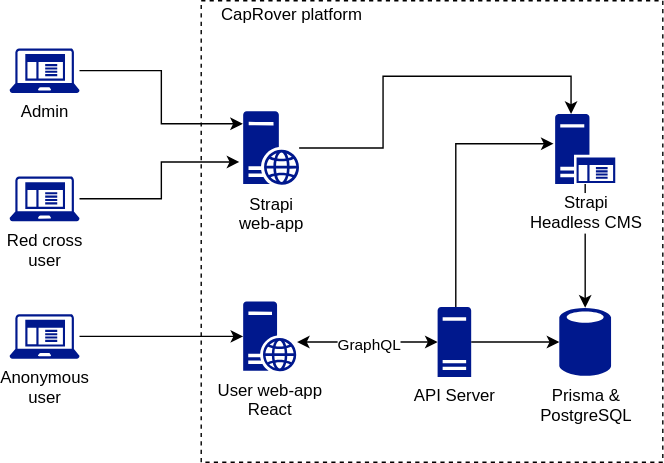
Before: docs/rc-ua-architecture.drawio.svg, a diagram exported from draw.io (mrPronin/rc-ua). Source tidied: cells renumbered, new cells last; positions are measured from the earlier drawing's top-left corner, leaving out a move shared by most shapes.
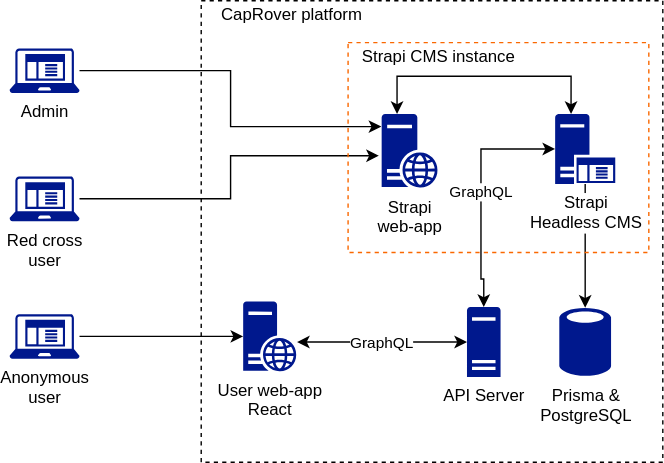
Above is the later version.

Commit message:
docs: update architecture diagramm

What changed in the source:
```diff
@@ -11,7 +11,7 @@
     <mxCell id="4" value="Anonymous&lt;br&gt;user" style="sketch=0;shadow=0;dashed=0;html=1;strokeColor=none;labelPosition=center;verticalLabelPosition=bottom;verticalAlign=top;align=center;fillColor=#00188D;shape=mxgraph.mscae.enterprise.client_application;" parent="1" vertex="1">
       <mxGeometry y="224" width="50" height="32" as="geometry" />
     </mxCell>
-    <mxCell id="5" style="edgeStyle=orthogonalEdgeStyle;rounded=0;jettySize=auto;html=1;entryX=-0.069;entryY=0.689;entryDx=0;entryDy=0;entryPerimeter=0;" parent="1" edge="1" source="6" target="19">
+    <mxCell id="5" style="edgeStyle=orthogonalEdgeStyle;rounded=0;jettySize=auto;html=1;entryX=-0.05;entryY=0.567;entryDx=0;entryDy=0;entryPerimeter=0;" parent="1" edge="1" source="6" target="19">
       <mxGeometry relative="1" as="geometry" />
     </mxCell>
     <mxCell id="6" value="Red cross&lt;br&gt;user" style="sketch=0;shadow=0;dashed=0;html=1;strokeColor=none;labelPosition=center;verticalLabelPosition=bottom;verticalAlign=top;align=center;fillColor=#00188D;shape=mxgraph.mscae.enterprise.client_application;" parent="1" vertex="1">
@@ -26,27 +26,12 @@
     <mxCell id="9" value="Prisma &amp;amp;&lt;br&gt;PostgreSQL" style="sketch=0;shadow=0;dashed=0;html=1;strokeColor=none;labelPosition=center;verticalLabelPosition=bottom;verticalAlign=top;align=center;fillColor=#00188D;shape=mxgraph.mscae.enterprise.database_generic;" parent="1" vertex="1">
       <mxGeometry x="393" y="219" width="37" height="50" as="geometry" />
     </mxCell>
-    <mxCell id="10" style="edgeStyle=orthogonalEdgeStyle;rounded=0;jettySize=auto;html=1;exitX=0.5;exitY=0;exitDx=0;exitDy=0;exitPerimeter=0;entryX=-0.026;entryY=0.425;entryDx=0;entryDy=0;entryPerimeter=0;" parent="1" edge="1" target="16">
-      <mxGeometry relative="1" as="geometry">
-        <mxPoint x="311" y="223" as="sourcePoint" />
-        <Array as="points">
-          <mxPoint x="319" y="224" />
-          <mxPoint x="319" y="102" />
-        </Array>
-      </mxGeometry>
-    </mxCell>
-    <mxCell id="11" style="edgeStyle=orthogonalEdgeStyle;rounded=0;jettySize=auto;html=1;exitX=1;exitY=0.5;exitDx=0;exitDy=0;exitPerimeter=0;" parent="1" edge="1" source="14" target="9">
-      <mxGeometry relative="1" as="geometry" />
-    </mxCell>
     <mxCell id="12" style="edgeStyle=orthogonalEdgeStyle;rounded=0;jettySize=auto;html=1;entryX=1.013;entryY=0.58;entryDx=0;entryDy=0;entryPerimeter=0;startArrow=classic;startFill=1;" parent="1" edge="1" source="14" target="17">
       <mxGeometry relative="1" as="geometry" />
     </mxCell>
     <mxCell id="13" value="GraphQL" style="edgeLabel;html=1;align=center;verticalAlign=middle;" parent="12" vertex="1">
       <mxGeometry y="1" relative="1" as="geometry" />
     </mxCell>
-    <mxCell id="14" value="API Server" style="sketch=0;shadow=0;dashed=0;html=1;strokeColor=none;labelPosition=center;verticalLabelPosition=bottom;verticalAlign=top;align=center;fillColor=#00188D;shape=mxgraph.mscae.enterprise.server_generic;" parent="1" vertex="1">
-      <mxGeometry x="306" y="219" width="24" height="50" as="geometry" />
-    </mxCell>
     <mxCell id="15" style="edgeStyle=orthogonalEdgeStyle;rounded=0;jettySize=auto;html=1;entryX=0.5;entryY=0.01;entryDx=0;entryDy=0;entryPerimeter=0;" parent="1" edge="1" source="16" target="9">
       <mxGeometry relative="1" as="geometry" />
     </mxCell>
@@ -56,20 +41,39 @@
     <mxCell id="17" value="User web-app&lt;br&gt;React" style="sketch=0;shadow=0;dashed=0;html=1;strokeColor=none;labelPosition=center;verticalLabelPosition=bottom;verticalAlign=top;align=center;fillColor=#00188D;shape=mxgraph.mscae.enterprise.web_server;" parent="1" vertex="1">
       <mxGeometry x="167" y="215" width="38" height="50" as="geometry" />
     </mxCell>
-    <mxCell id="18" style="edgeStyle=orthogonalEdgeStyle;rounded=0;jettySize=auto;html=1;entryX=0.265;entryY=0;entryDx=0;entryDy=0;entryPerimeter=0;" parent="1" edge="1" source="19" target="16">
+    <mxCell id="18" style="edgeStyle=orthogonalEdgeStyle;rounded=0;jettySize=auto;html=1;entryX=0.265;entryY=0;entryDx=0;entryDy=0;entryPerimeter=0;startArrow=classic;startFill=1;" parent="1" edge="1" source="19" target="16">
       <mxGeometry relative="1" as="geometry">
         <Array as="points">
-          <mxPoint x="267" y="105" />
-          <mxPoint x="267" y="54" />
+          <mxPoint x="277" y="54" />
           <mxPoint x="401" y="54" />
         </Array>
       </mxGeometry>
     </mxCell>
     <mxCell id="19" value="Strapi&lt;br&gt;web-app" style="sketch=0;shadow=0;dashed=0;html=1;strokeColor=none;labelPosition=center;verticalLabelPosition=bottom;verticalAlign=top;align=center;fillColor=#00188D;shape=mxgraph.mscae.enterprise.web_server;" parent="1" vertex="1">
-      <mxGeometry x="167" y="79" width="40" height="52.6" as="geometry" />
+      <mxGeometry x="266" y="81" width="40" height="52.6" as="geometry" />
     </mxCell>
     <mxCell id="20" value="CapRover platform" style="rounded=0;whiteSpace=wrap;html=1;fillColor=none;strokeColor=none;" parent="1" vertex="1">
       <mxGeometry x="127" width="150" height="20" as="geometry" />
     </mxCell>
+    <mxCell id="21" value="GraphQL" style="edgeStyle=orthogonalEdgeStyle;rounded=0;orthogonalLoop=1;jettySize=auto;html=1;entryX=0;entryY=0.5;entryDx=0;entryDy=0;entryPerimeter=0;startArrow=classic;startFill=1;" parent="1" edge="1">
+      <mxGeometry relative="1" as="geometry">
+        <mxPoint x="339" y="219" as="sourcePoint" />
+        <mxPoint x="390" y="106" as="targetPoint" />
+        <Array as="points">
+          <mxPoint x="339" y="199" />
+          <mxPoint x="337" y="199" />
+          <mxPoint x="337" y="106" />
+        </Array>
+      </mxGeometry>
+    </mxCell>
+    <mxCell id="14" value="API Server" style="sketch=0;shadow=0;dashed=0;html=1;strokeColor=none;labelPosition=center;verticalLabelPosition=bottom;verticalAlign=top;align=center;fillColor=#00188D;shape=mxgraph.mscae.enterprise.server_generic;" parent="1" vertex="1">
+      <mxGeometry x="327" y="219" width="24" height="50" as="geometry" />
+    </mxCell>
+    <mxCell id="22" style="rounded=0;whiteSpace=wrap;html=1;fillColor=none;dashed=1;fontColor=#ffffff;strokeColor=#fa6801;" parent="1" vertex="1">
+      <mxGeometry x="242" y="30" width="215" height="150" as="geometry" />
+    </mxCell>
+    <mxCell id="23" value="Strapi CMS instance" style="rounded=0;whiteSpace=wrap;html=1;fillColor=none;strokeColor=none;" parent="1" vertex="1">
+      <mxGeometry x="247" y="30" width="120" height="20" as="geometry" />
+    </mxCell>
   </root>
 </mxGraphModel>
```
